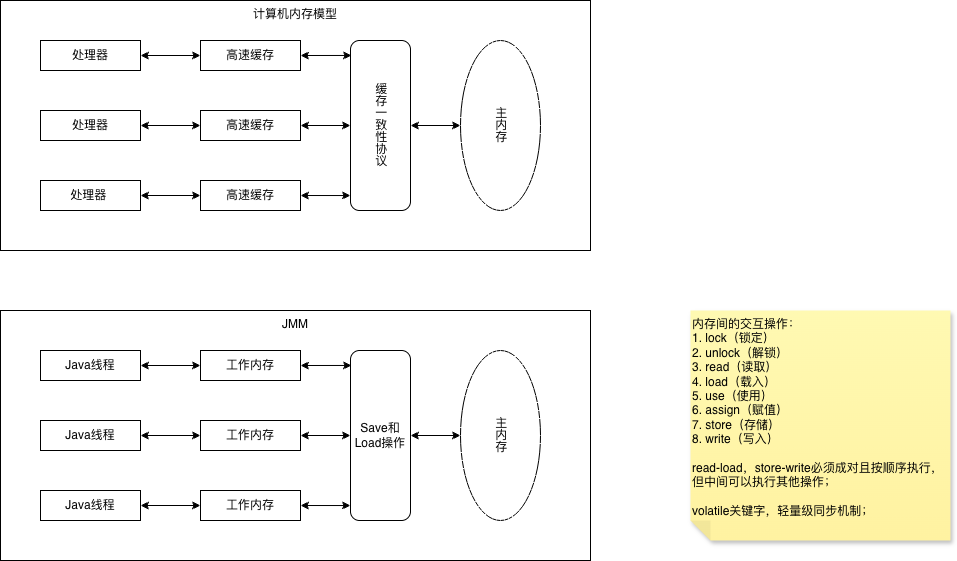
Earlier version of the draw.io export java内存模型.drawio.png (ggs2015/file). Source tidied: cells renumbered, new cells last; positions are measured from the earlier drawing's top-left corner, leaving out a move shared by most shapes.
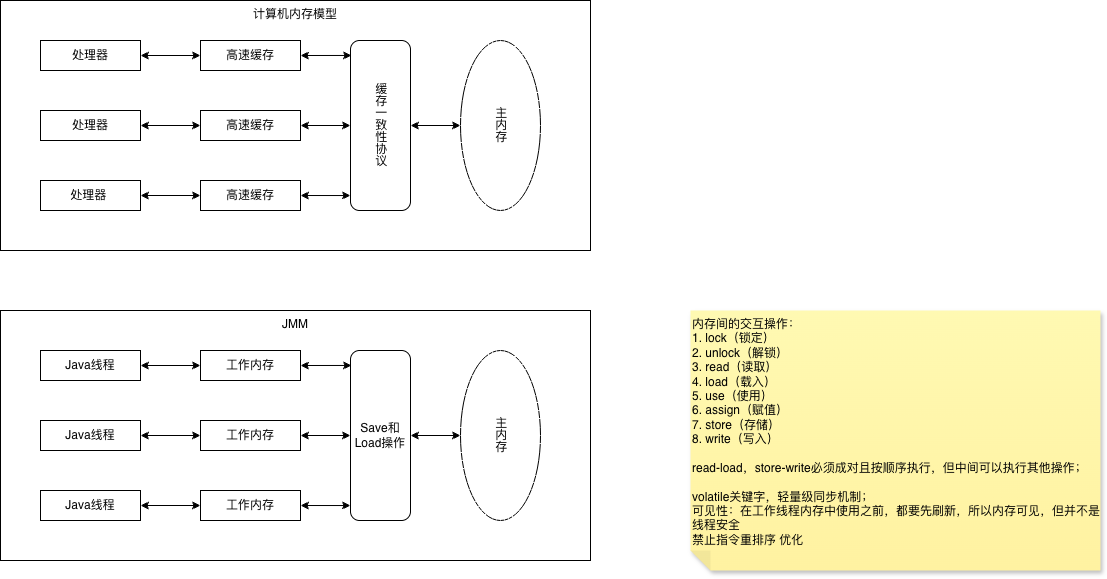
The same diagram one commit later.

Commit message:
更新java内存模型.drawio.png

Change to the diagram source:
```diff
@@ -98,8 +98,8 @@
     <mxCell id="33" style="edgeStyle=orthogonalEdgeStyle;rounded=0;jettySize=auto;html=1;exitX=1;exitY=0.5;exitDx=0;exitDy=0;entryX=0;entryY=0.912;entryDx=0;entryDy=0;entryPerimeter=0;startArrow=classic;startFill=1;" parent="1" edge="1" source="25" target="31">
       <mxGeometry relative="1" as="geometry" />
     </mxCell>
-    <mxCell id="34" value="内存间的交互操作：&lt;div&gt;1. lock（锁定&lt;span style=&quot;background-color: transparent; color: light-dark(rgb(0, 0, 0), rgb(237, 237, 237));&quot;&gt;）&lt;/span&gt;&lt;/div&gt;&lt;div&gt;&lt;span style=&quot;background-color: transparent; color: light-dark(rgb(0, 0, 0), rgb(237, 237, 237));&quot;&gt;2. unlock（解锁&lt;/span&gt;&lt;span style=&quot;background-color: transparent; color: light-dark(rgb(0, 0, 0), rgb(237, 237, 237));&quot;&gt;）&lt;/span&gt;&lt;/div&gt;&lt;div&gt;&lt;span style=&quot;background-color: transparent; color: light-dark(rgb(0, 0, 0), rgb(237, 237, 237));&quot;&gt;3. read（读取）&lt;/span&gt;&lt;/div&gt;&lt;div&gt;&lt;span style=&quot;background-color: transparent; color: light-dark(rgb(0, 0, 0), rgb(237, 237, 237));&quot;&gt;4. load（载入）&lt;/span&gt;&lt;/div&gt;&lt;div&gt;&lt;span style=&quot;background-color: transparent; color: light-dark(rgb(0, 0, 0), rgb(237, 237, 237));&quot;&gt;5. use（使用）&lt;/span&gt;&lt;/div&gt;&lt;div&gt;&lt;span style=&quot;background-color: transparent; color: light-dark(rgb(0, 0, 0), rgb(237, 237, 237));&quot;&gt;6. assign（赋值）&lt;/span&gt;&lt;/div&gt;&lt;div&gt;&lt;span style=&quot;background-color: transparent; color: light-dark(rgb(0, 0, 0), rgb(237, 237, 237));&quot;&gt;7. store（存储）&lt;/span&gt;&lt;/div&gt;&lt;div&gt;&lt;span style=&quot;background-color: transparent; color: light-dark(rgb(0, 0, 0), rgb(237, 237, 237));&quot;&gt;8. write（写入）&lt;/span&gt;&lt;/div&gt;&lt;div&gt;&lt;span style=&quot;background-color: transparent; color: light-dark(rgb(0, 0, 0), rgb(237, 237, 237));&quot;&gt;&lt;br&gt;&lt;/span&gt;&lt;/div&gt;&lt;div&gt;&lt;span style=&quot;background-color: transparent; color: light-dark(rgb(0, 0, 0), rgb(237, 237, 237));&quot;&gt;read-load，store-write必须成对且按顺序执行，但中间可以执行其他操作；&lt;/span&gt;&lt;/div&gt;&lt;div&gt;&lt;span style=&quot;background-color: transparent; color: light-dark(rgb(0, 0, 0), rgb(237, 237, 237));&quot;&gt;&lt;br&gt;&lt;/span&gt;&lt;/div&gt;&lt;div&gt;volatile关键字，轻量级同步机制；&lt;/div&gt;" style="shape=note;whiteSpace=wrap;html=1;backgroundOutline=1;fontColor=#000000;darkOpacity=0.05;fillColor=#FFF9B2;strokeColor=none;fillStyle=solid;direction=west;gradientDirection=north;gradientColor=#FFF2A1;shadow=1;size=20;verticalAlign=top;align=left;" parent="1" vertex="1">
-      <mxGeometry x="690" y="310" width="260" height="230" as="geometry" />
+    <mxCell id="34" value="内存间的交互操作：&lt;div&gt;1. lock（锁定&lt;span style=&quot;background-color: transparent; color: light-dark(rgb(0, 0, 0), rgb(237, 237, 237));&quot;&gt;）&lt;/span&gt;&lt;/div&gt;&lt;div&gt;&lt;span style=&quot;background-color: transparent; color: light-dark(rgb(0, 0, 0), rgb(237, 237, 237));&quot;&gt;2. unlock（解锁&lt;/span&gt;&lt;span style=&quot;background-color: transparent; color: light-dark(rgb(0, 0, 0), rgb(237, 237, 237));&quot;&gt;）&lt;/span&gt;&lt;/div&gt;&lt;div&gt;&lt;span style=&quot;background-color: transparent; color: light-dark(rgb(0, 0, 0), rgb(237, 237, 237));&quot;&gt;3. read（读取）&lt;/span&gt;&lt;/div&gt;&lt;div&gt;&lt;span style=&quot;background-color: transparent; color: light-dark(rgb(0, 0, 0), rgb(237, 237, 237));&quot;&gt;4. load（载入）&lt;/span&gt;&lt;/div&gt;&lt;div&gt;&lt;span style=&quot;background-color: transparent; color: light-dark(rgb(0, 0, 0), rgb(237, 237, 237));&quot;&gt;5. use（使用）&lt;/span&gt;&lt;/div&gt;&lt;div&gt;&lt;span style=&quot;background-color: transparent; color: light-dark(rgb(0, 0, 0), rgb(237, 237, 237));&quot;&gt;6. assign（赋值）&lt;/span&gt;&lt;/div&gt;&lt;div&gt;&lt;span style=&quot;background-color: transparent; color: light-dark(rgb(0, 0, 0), rgb(237, 237, 237));&quot;&gt;7. store（存储）&lt;/span&gt;&lt;/div&gt;&lt;div&gt;&lt;span style=&quot;background-color: transparent; color: light-dark(rgb(0, 0, 0), rgb(237, 237, 237));&quot;&gt;8. write（写入）&lt;/span&gt;&lt;/div&gt;&lt;div&gt;&lt;span style=&quot;background-color: transparent; color: light-dark(rgb(0, 0, 0), rgb(237, 237, 237));&quot;&gt;&lt;br&gt;&lt;/span&gt;&lt;/div&gt;&lt;div&gt;&lt;span style=&quot;background-color: transparent; color: light-dark(rgb(0, 0, 0), rgb(237, 237, 237));&quot;&gt;read-load，store-write必须成对且按顺序执行，但中间可以执行其他操作；&lt;/span&gt;&lt;/div&gt;&lt;div&gt;&lt;span style=&quot;background-color: transparent; color: light-dark(rgb(0, 0, 0), rgb(237, 237, 237));&quot;&gt;&lt;br&gt;&lt;/span&gt;&lt;/div&gt;&lt;div&gt;volatile关键字，轻量级同步机制；&lt;/div&gt;&lt;div&gt;可见性：在工作线程内存中使用之前，都要先刷新，所以内存可见，但并不是线程安全&lt;/div&gt;&lt;div&gt;禁止指令重排序 优化&lt;/div&gt;" style="shape=note;whiteSpace=wrap;html=1;backgroundOutline=1;fontColor=#000000;darkOpacity=0.05;fillColor=#FFF9B2;strokeColor=none;fillStyle=solid;direction=west;gradientDirection=north;gradientColor=#FFF2A1;shadow=1;size=20;verticalAlign=top;align=left;" parent="1" vertex="1">
+      <mxGeometry x="690" y="310" width="410" height="260" as="geometry" />
     </mxCell>
   </root>
 </mxGraphModel>
```
